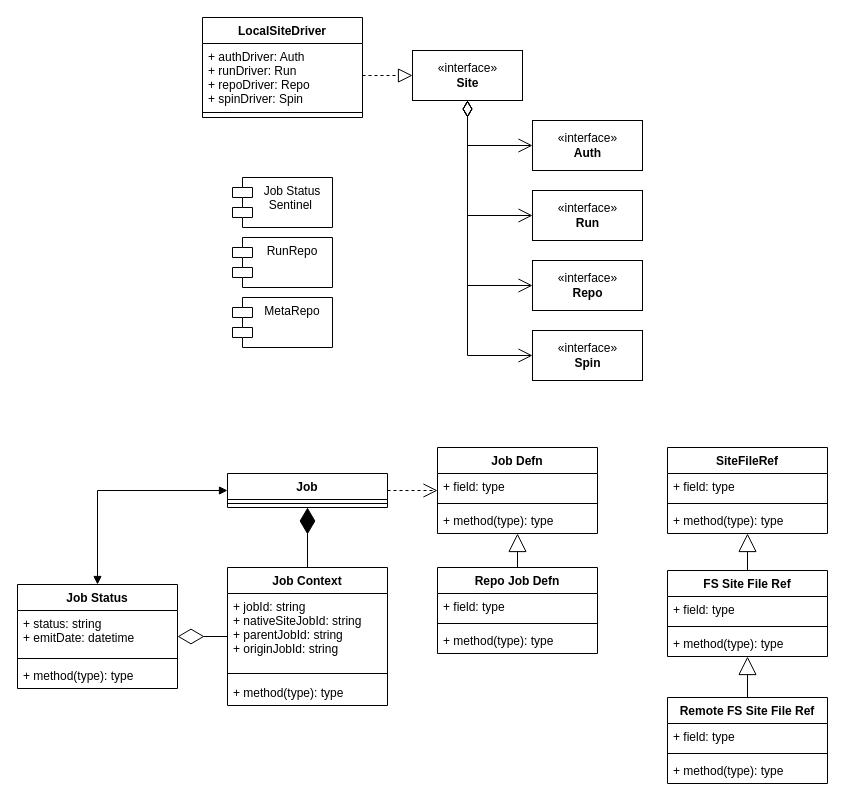
The draw.io diagram docs/lwfm.drawio in lwfm-proj/lwfm, before the edit. Source tidied: cells renumbered, new cells numbered last; positions are measured from the earlier drawing's top-left corner, leaving out a move shared by most shapes. Both pictures are drawn from the tidied source at 100%, with x=0, y=0 at pixel (17, 17).
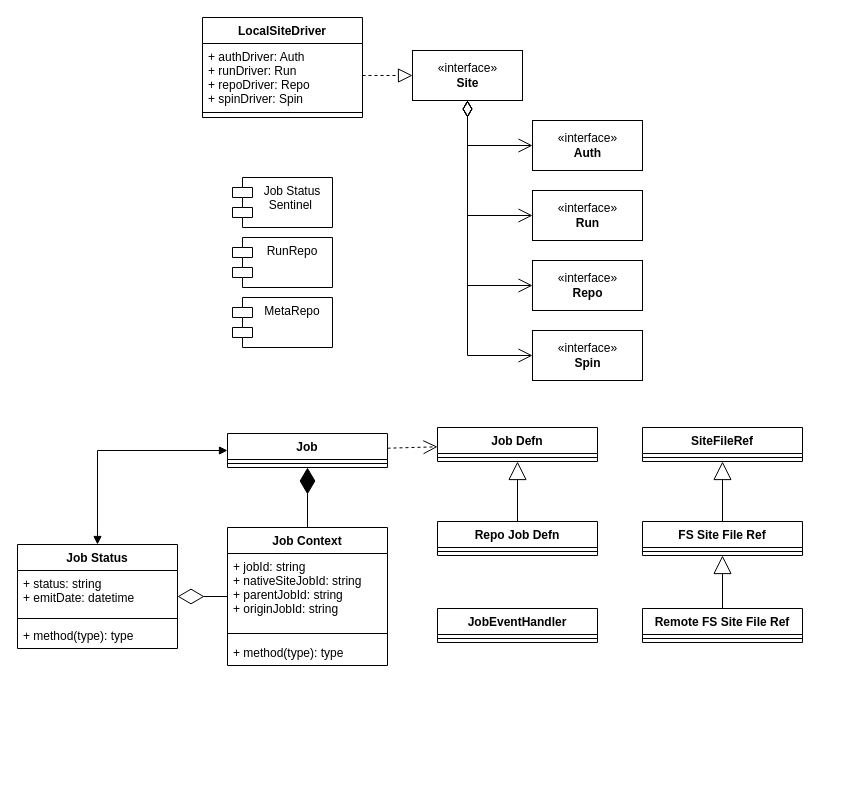
The same diagram, later.

Change to the diagram source:
```diff
@@
     <mxCell id="13" value="Job Context" style="swimlane;fontStyle=1;align=center;verticalAlign=top;horizontal=1;startSize=26;" parent="1" vertex="1">
-      <mxGeometry x="210" y="550" width="160" height="138" as="geometry" />
+      <mxGeometry x="210" y="510" width="160" height="138" as="geometry" />
     </mxCell>
@@
     <mxCell id="17" value="Job Status" style="swimlane;fontStyle=1;align=center;verticalAlign=top;horizontal=1;startSize=26;" parent="1" vertex="1">
-      <mxGeometry y="567" width="160" height="104" as="geometry" />
+      <mxGeometry y="527" width="160" height="104" as="geometry" />
     </mxCell>
@@
     <mxCell id="21" value="Job" style="swimlane;fontStyle=1;align=center;verticalAlign=top;horizontal=1;startSize=26;" parent="1" vertex="1">
-      <mxGeometry x="210" y="456" width="160" height="34" as="geometry" />
+      <mxGeometry x="210" y="416" width="160" height="34" as="geometry" />
     </mxCell>
@@
     <mxCell id="23" value="Job Defn" style="swimlane;fontStyle=1;align=center;verticalAlign=top;horizontal=1;startSize=26;" parent="1" vertex="1">
-      <mxGeometry x="420" y="430" width="160" height="86" as="geometry" />
+      <mxGeometry x="420" y="410" width="160" height="34" as="geometry" />
     </mxCell>
-    <mxCell id="24" value="+ field: type" style="text;strokeColor=none;fillColor=none;align=left;verticalAlign=top;spacingLeft=4;spacingRight=4;overflow=hidden;" parent="23" vertex="1">
-      <mxGeometry y="26" width="160" height="26" as="geometry" />
-    </mxCell>
     <mxCell id="25" style="line;strokeWidth=1;fillColor=none;align=left;verticalAlign=middle;spacingTop=-1;spacingLeft=3;spacingRight=3;labelPosition=right;strokeColor=inherit;" parent="23" vertex="1">
-      <mxGeometry y="52" width="160" height="8" as="geometry" />
+      <mxGeometry y="26" width="160" height="8" as="geometry" />
     </mxCell>
-    <mxCell id="26" value="+ method(type): type" style="text;strokeColor=none;fillColor=none;align=left;verticalAlign=top;spacingLeft=4;spacingRight=4;overflow=hidden;" parent="23" vertex="1">
-      <mxGeometry y="60" width="160" height="26" as="geometry" />
-    </mxCell>
     <mxCell id="27" value="Repo Job Defn" style="swimlane;fontStyle=1;align=center;verticalAlign=top;horizontal=1;startSize=26;" parent="1" vertex="1">
-      <mxGeometry x="420" y="550" width="160" height="86" as="geometry" />
+      <mxGeometry x="420" y="504" width="160" height="34" as="geometry" />
     </mxCell>
-    <mxCell id="28" value="+ field: type" style="text;strokeColor=none;fillColor=none;align=left;verticalAlign=top;spacingLeft=4;spacingRight=4;overflow=hidden;" parent="27" vertex="1">
-      <mxGeometry y="26" width="160" height="26" as="geometry" />
-    </mxCell>
     <mxCell id="29" style="line;strokeWidth=1;fillColor=none;align=left;verticalAlign=middle;spacingTop=-1;spacingLeft=3;spacingRight=3;labelPosition=right;strokeColor=inherit;" parent="27" vertex="1">
-      <mxGeometry y="52" width="160" height="8" as="geometry" />
+      <mxGeometry y="26" width="160" height="8" as="geometry" />
     </mxCell>
-    <mxCell id="30" value="+ method(type): type" style="text;strokeColor=none;fillColor=none;align=left;verticalAlign=top;spacingLeft=4;spacingRight=4;overflow=hidden;" parent="27" vertex="1">
-      <mxGeometry y="60" width="160" height="26" as="geometry" />
-    </mxCell>
     <mxCell id="31" value="SiteFileRef" style="swimlane;fontStyle=1;align=center;verticalAlign=top;horizontal=1;startSize=26;" parent="1" vertex="1">
-      <mxGeometry x="650" y="430" width="160" height="86" as="geometry" />
+      <mxGeometry x="625" y="410" width="160" height="34" as="geometry" />
     </mxCell>
-    <mxCell id="32" value="+ field: type" style="text;strokeColor=none;fillColor=none;align=left;verticalAlign=top;spacingLeft=4;spacingRight=4;overflow=hidden;" parent="31" vertex="1">
-      <mxGeometry y="26" width="160" height="26" as="geometry" />
-    </mxCell>
     <mxCell id="33" style="line;strokeWidth=1;fillColor=none;align=left;verticalAlign=middle;spacingTop=-1;spacingLeft=3;spacingRight=3;labelPosition=right;strokeColor=inherit;" parent="31" vertex="1">
-      <mxGeometry y="52" width="160" height="8" as="geometry" />
+      <mxGeometry y="26" width="160" height="8" as="geometry" />
     </mxCell>
-    <mxCell id="34" value="+ method(type): type" style="text;strokeColor=none;fillColor=none;align=left;verticalAlign=top;spacingLeft=4;spacingRight=4;overflow=hidden;" parent="31" vertex="1">
-      <mxGeometry y="60" width="160" height="26" as="geometry" />
-    </mxCell>
     <mxCell id="35" value="FS Site File Ref" style="swimlane;fontStyle=1;align=center;verticalAlign=top;horizontal=1;startSize=26;" parent="1" vertex="1">
-      <mxGeometry x="650" y="553" width="160" height="86" as="geometry" />
+      <mxGeometry x="625" y="504" width="160" height="34" as="geometry" />
     </mxCell>
-    <mxCell id="36" value="+ field: type" style="text;strokeColor=none;fillColor=none;align=left;verticalAlign=top;spacingLeft=4;spacingRight=4;overflow=hidden;" parent="35" vertex="1">
-      <mxGeometry y="26" width="160" height="26" as="geometry" />
-    </mxCell>
     <mxCell id="37" style="line;strokeWidth=1;fillColor=none;align=left;verticalAlign=middle;spacingTop=-1;spacingLeft=3;spacingRight=3;labelPosition=right;strokeColor=inherit;" parent="35" vertex="1">
-      <mxGeometry y="52" width="160" height="8" as="geometry" />
+      <mxGeometry y="26" width="160" height="8" as="geometry" />
     </mxCell>
-    <mxCell id="38" value="+ method(type): type" style="text;strokeColor=none;fillColor=none;align=left;verticalAlign=top;spacingLeft=4;spacingRight=4;overflow=hidden;" parent="35" vertex="1">
-      <mxGeometry y="60" width="160" height="26" as="geometry" />
-    </mxCell>
     <mxCell id="39" value="Remote FS Site File Ref" style="swimlane;fontStyle=1;align=center;verticalAlign=top;horizontal=1;startSize=26;" parent="1" vertex="1">
-      <mxGeometry x="650" y="680" width="160" height="86" as="geometry" />
+      <mxGeometry x="625" y="591" width="160" height="34" as="geometry" />
     </mxCell>
-    <mxCell id="40" value="+ field: type" style="text;strokeColor=none;fillColor=none;align=left;verticalAlign=top;spacingLeft=4;spacingRight=4;overflow=hidden;" parent="39" vertex="1">
-      <mxGeometry y="26" width="160" height="26" as="geometry" />
-    </mxCell>
     <mxCell id="41" style="line;strokeWidth=1;fillColor=none;align=left;verticalAlign=middle;spacingTop=-1;spacingLeft=3;spacingRight=3;labelPosition=right;strokeColor=inherit;" parent="39" vertex="1">
-      <mxGeometry y="52" width="160" height="8" as="geometry" />
+      <mxGeometry y="26" width="160" height="8" as="geometry" />
     </mxCell>
-    <mxCell id="42" value="+ method(type): type" style="text;strokeColor=none;fillColor=none;align=left;verticalAlign=top;spacingLeft=4;spacingRight=4;overflow=hidden;" parent="39" vertex="1">
-      <mxGeometry y="60" width="160" height="26" as="geometry" />
-    </mxCell>
@@
     <mxCell id="52" style="endArrow=block;startArrow=block;endFill=1;startFill=1;html=1;rounded=0;" parent="1" edge="1" source="17" target="21">
       <mxGeometry relative="1" as="geometry">
         <Array as="points">
-          <mxPoint x="80" y="473" />
+          <mxPoint x="80" y="433" />
         </Array>
       </mxGeometry>
     </mxCell>
@@
+    <mxCell id="55" value="JobEventHandler" style="swimlane;fontStyle=1;align=center;verticalAlign=top;horizontal=1;startSize=26;" parent="1" vertex="1">
+      <mxGeometry x="420" y="591" width="160" height="34" as="geometry" />
+    </mxCell>
+    <mxCell id="56" style="line;strokeWidth=1;fillColor=none;align=left;verticalAlign=middle;spacingTop=-1;spacingLeft=3;spacingRight=3;labelPosition=right;strokeColor=inherit;" parent="55" vertex="1">
+      <mxGeometry y="26" width="160" height="8" as="geometry" />
+    </mxCell>
```
